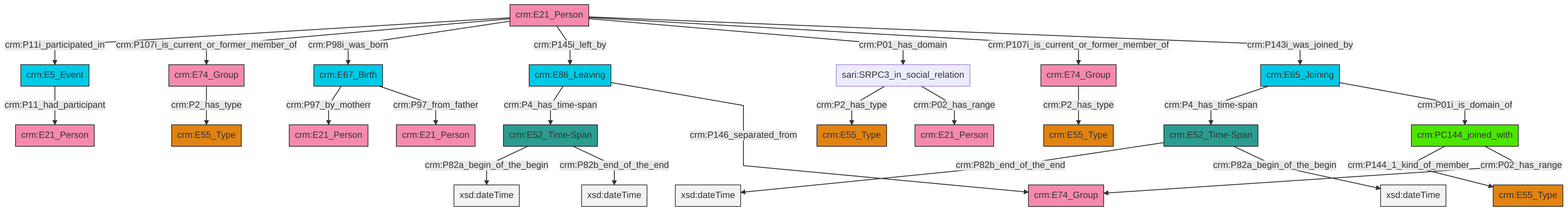
Above: et/personCSV/ttl/mmd/png/Person_Actor_Relations.png in swiss-art-research-net/docs.swissartresearch (Mermaid), before the change. Its source is kept beside it as et/personCSV/ttl/mmd/Person_Actor_Relations.ttl.mmd.
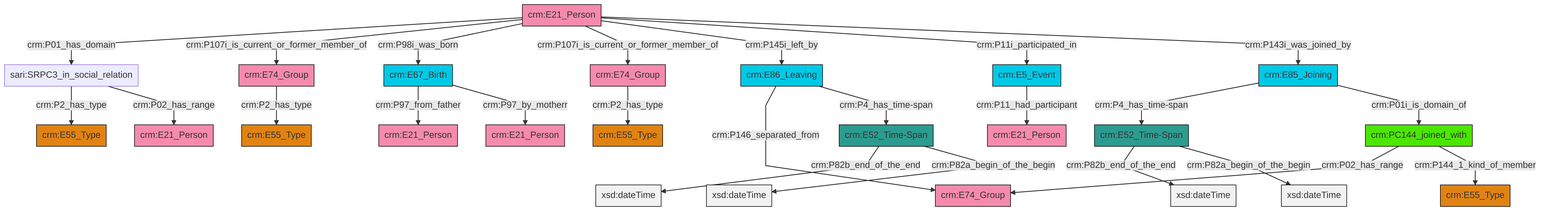
The same file after the commit.

The edit, as a diff of the source:
```diff
@@ -13,27 +13,27 @@
 classDef PC_Classes fill:#4ce600, stroke:#000000;
 classDef Multi fill:#cccccc,stroke:#000000;
 
-0["crm:E21_Person"]:::Actor -->|crm:P11i_participated_in| 1["crm:E5_Event"]:::Temporal_Entity
-1["crm:E5_Event"]:::Temporal_Entity -->|crm:P11_had_participant| 4["crm:E21_Person"]:::Actor
-0["crm:E21_Person"]:::Actor -->|crm:P107i_is_current_or_former_member_of| 5["crm:E74_Group"]:::Actor
-8["sari:SRPC3_in_social_relation"]:::Default -->|crm:P2_has_type| 9["crm:E55_Type"]:::Type
-13["crm:E52_Time-Span"]:::Time-Span -->|crm:P82a_begin_of_the_begin| 14[xsd:dateTime]:::Literal
-8["sari:SRPC3_in_social_relation"]:::Default -->|crm:P02_has_range| 17["crm:E21_Person"]:::Actor
-0["crm:E21_Person"]:::Actor -->|crm:P98i_was_born| 18["crm:E67_Birth"]:::Temporal_Entity
-19["crm:E74_Group"]:::Actor -->|crm:P2_has_type| 2["crm:E55_Type"]:::Type
-0["crm:E21_Person"]:::Actor -->|crm:P145i_left_by| 15["crm:E86_Leaving"]:::Temporal_Entity
-15["crm:E86_Leaving"]:::Temporal_Entity -->|crm:P4_has_time-span| 13["crm:E52_Time-Span"]:::Time-Span
-24["crm:PC144_joined_with"]:::PC_Classes -->|crm:P144_1_kind_of_member| 20["crm:E55_Type"]:::Type
-25["crm:E85_Joining"]:::Temporal_Entity -->|crm:P4_has_time-span| 26["crm:E52_Time-Span"]:::Time-Span
-26["crm:E52_Time-Span"]:::Time-Span -->|crm:P82b_end_of_the_end| 28[xsd:dateTime]:::Literal
-18["crm:E67_Birth"]:::Temporal_Entity -->|crm:P97_by_motherr| 6["crm:E21_Person"]:::Actor
-25["crm:E85_Joining"]:::Temporal_Entity -->|crm:P01i_is_domain_of| 24["crm:PC144_joined_with"]:::PC_Classes
-0["crm:E21_Person"]:::Actor -->|crm:P01_has_domain| 8["sari:SRPC3_in_social_relation"]:::Default
-15["crm:E86_Leaving"]:::Temporal_Entity -->|crm:P146_separated_from| 35["crm:E74_Group"]:::Actor
-5["crm:E74_Group"]:::Actor -->|crm:P2_has_type| 11["crm:E55_Type"]:::Type
-24["crm:PC144_joined_with"]:::PC_Classes -->|crm:P02_has_range| 35["crm:E74_Group"]:::Actor
-26["crm:E52_Time-Span"]:::Time-Span -->|crm:P82a_begin_of_the_begin| 38[xsd:dateTime]:::Literal
-0["crm:E21_Person"]:::Actor -->|crm:P107i_is_current_or_former_member_of| 19["crm:E74_Group"]:::Actor
-13["crm:E52_Time-Span"]:::Time-Span -->|crm:P82b_end_of_the_end| 40[xsd:dateTime]:::Literal
-0["crm:E21_Person"]:::Actor -->|crm:P143i_was_joined_by| 25["crm:E85_Joining"]:::Temporal_Entity
-18["crm:E67_Birth"]:::Temporal_Entity -->|crm:P97_from_father| 31["crm:E21_Person"]:::Actor
+6["crm:E21_Person"]:::Actor -->|crm:P01_has_domain| 7["sari:SRPC3_in_social_relation"]:::Default
+6["crm:E21_Person"]:::Actor -->|crm:P107i_is_current_or_former_member_of| 13["crm:E74_Group"]:::Actor
+14["crm:E5_Event"]:::Temporal_Entity -->|crm:P11_had_participant| 15["crm:E21_Person"]:::Actor
+0["crm:E86_Leaving"]:::Temporal_Entity -->|crm:P146_separated_from| 16["crm:E74_Group"]:::Actor
+6["crm:E21_Person"]:::Actor -->|crm:P98i_was_born| 11["crm:E67_Birth"]:::Temporal_Entity
+6["crm:E21_Person"]:::Actor -->|crm:P107i_is_current_or_former_member_of| 17["crm:E74_Group"]:::Actor
+7["sari:SRPC3_in_social_relation"]:::Default -->|crm:P2_has_type| 4["crm:E55_Type"]:::Type
+0["crm:E86_Leaving"]:::Temporal_Entity -->|crm:P4_has_time-span| 19["crm:E52_Time-Span"]:::Time-Span
+13["crm:E74_Group"]:::Actor -->|crm:P2_has_type| 2["crm:E55_Type"]:::Type
+6["crm:E21_Person"]:::Actor -->|crm:P145i_left_by| 0["crm:E86_Leaving"]:::Temporal_Entity
+6["crm:E21_Person"]:::Actor -->|crm:P11i_participated_in| 14["crm:E5_Event"]:::Temporal_Entity
+25["crm:PC144_joined_with"]:::PC_Classes -->|crm:P02_has_range| 16["crm:E74_Group"]:::Actor
+28["crm:E52_Time-Span"]:::Time-Span -->|crm:P82b_end_of_the_end| 30[xsd:dateTime]:::Literal
+19["crm:E52_Time-Span"]:::Time-Span -->|crm:P82b_end_of_the_end| 34[xsd:dateTime]:::Literal
+19["crm:E52_Time-Span"]:::Time-Span -->|crm:P82a_begin_of_the_begin| 35[xsd:dateTime]:::Literal
+36["crm:E85_Joining"]:::Temporal_Entity -->|crm:P4_has_time-span| 28["crm:E52_Time-Span"]:::Time-Span
+28["crm:E52_Time-Span"]:::Time-Span -->|crm:P82a_begin_of_the_begin| 38[xsd:dateTime]:::Literal
+6["crm:E21_Person"]:::Actor -->|crm:P143i_was_joined_by| 36["crm:E85_Joining"]:::Temporal_Entity
+11["crm:E67_Birth"]:::Temporal_Entity -->|crm:P97_from_father| 31["crm:E21_Person"]:::Actor
+36["crm:E85_Joining"]:::Temporal_Entity -->|crm:P01i_is_domain_of| 25["crm:PC144_joined_with"]:::PC_Classes
+11["crm:E67_Birth"]:::Temporal_Entity -->|crm:P97_by_motherr| 43["crm:E21_Person"]:::Actor
+25["crm:PC144_joined_with"]:::PC_Classes -->|crm:P144_1_kind_of_member| 8["crm:E55_Type"]:::Type
+17["crm:E74_Group"]:::Actor -->|crm:P2_has_type| 20["crm:E55_Type"]:::Type
+7["sari:SRPC3_in_social_relation"]:::Default -->|crm:P02_has_range| 41["crm:E21_Person"]:::Actor
```
